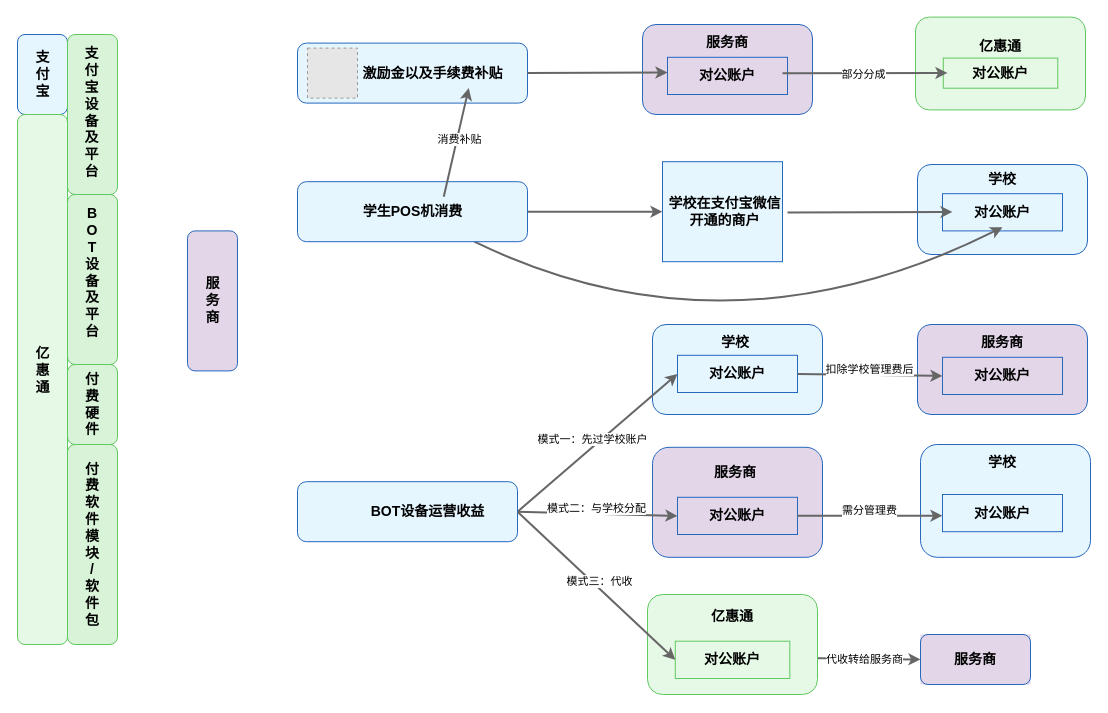
Above: page "SaaS平台资金流图" (4 of 5) of 青岛恒星最终架构图1.drawio in bzerozero7/test (draw.io), before the change. Source tidied: cells renumbered, new cells numbered last; positions are measured from the earlier drawing's top-left corner, leaving out a move shared by most shapes. Both pictures are drawn from the tidied source at 100%, with x=0, y=0 at pixel (17, 17). Pictures stored in the file or linked from it are replaced by grey dashed boxes.
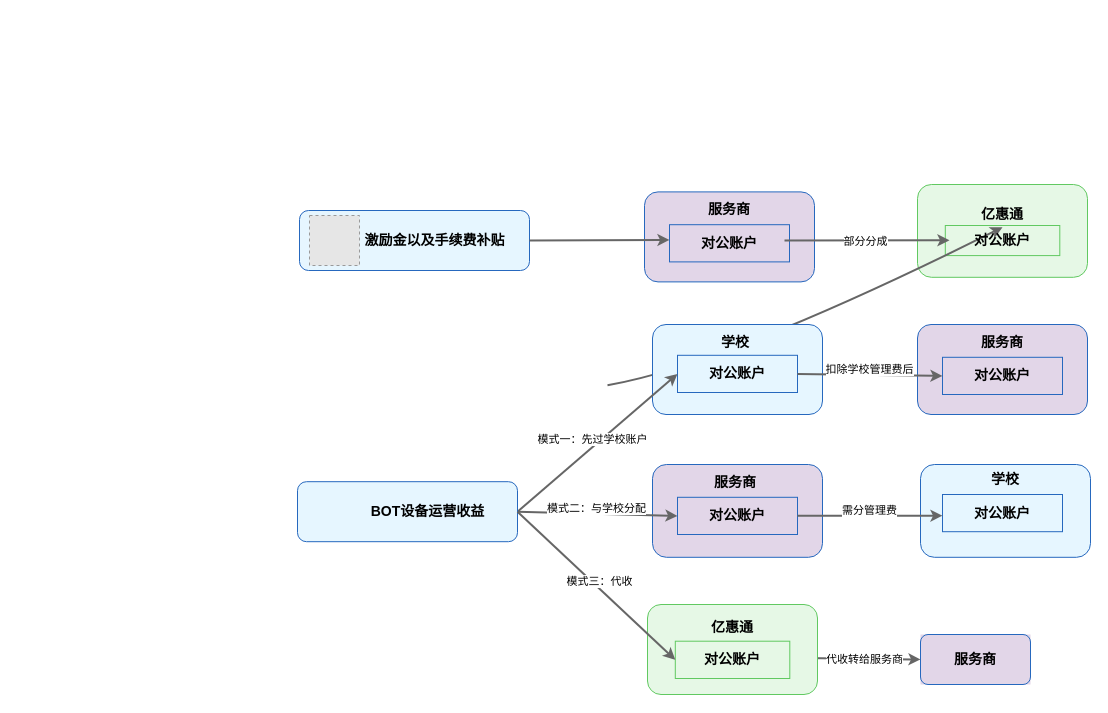
The same page after the edit.

The change refers to these unchanged cells:
```xml
<mxCell id="8" value="&lt;span style=&quot;font-size: 14px;&quot;&gt;&lt;b&gt;激励金以及手续费补贴&lt;/b&gt;&lt;/span&gt;" style="text;html=1;whiteSpace=wrap;strokeColor=none;fillColor=none;align=center;verticalAlign=middle;rounded=0;" parent="6" vertex="1">
  <mxGeometry x="112.5" y="15" width="145" height="30" as="geometry" />
</mxCell>
```

The edit, as a diff of the source:
```diff
@@
     <mxCell id="2" style="rounded=1;whiteSpace=wrap;html=1;fillColor=#E2D6E8;strokeColor=#2668BE;gradientColor=none;glass=0;" parent="1" vertex="1">
-      <mxGeometry x="635" y="429.8" width="170" height="110" as="geometry" />
+      <mxGeometry x="635" y="447" width="170" height="92.8" as="geometry" />
     </mxCell>
@@
     <mxCell id="4" style="rounded=1;whiteSpace=wrap;html=1;fillColor=#E6F8E6;gradientColor=none;strokeColor=#61C961;" parent="1" vertex="1">
-      <mxGeometry x="898" y="-0.4" width="170" height="92.8" as="geometry" />
+      <mxGeometry x="900" y="167" width="170" height="92.8" as="geometry" />
     </mxCell>
     <mxCell id="5" style="rounded=0;whiteSpace=wrap;html=1;fillColor=#E6F8E6;strokeColor=#61C961;" parent="1" vertex="1">
-      <mxGeometry x="925.8" y="40.6" width="114.5" height="30.1" as="geometry" />
+      <mxGeometry x="927.8" y="208" width="114.5" height="30.1" as="geometry" />
     </mxCell>
     <mxCell id="6" style="group;" parent="1" vertex="1">
-      <mxGeometry x="230" y="25.6" width="280" height="60" as="geometry" />
+      <mxGeometry x="232" y="193" width="280" height="60" as="geometry" />
     </mxCell>
@@
-    <mxCell id="10" style="rounded=1;whiteSpace=wrap;html=1;fillColor=#E6F6FF;strokeColor=#2668BE;gradientColor=none;glass=0;" parent="1" vertex="1">
-      <mxGeometry x="900" y="147" width="170" height="90" as="geometry" />
-    </mxCell>
-    <mxCell id="11" value="&lt;span style=&quot;font-size: 14px;&quot;&gt;&lt;b&gt;学校&lt;/b&gt;&lt;/span&gt;" style="text;html=1;whiteSpace=wrap;strokeColor=none;fillColor=none;align=center;verticalAlign=middle;rounded=0;" parent="1" vertex="1">
-      <mxGeometry x="955" y="147" width="60" height="30" as="geometry" />
-    </mxCell>
-    <mxCell id="12" style="group;" parent="1" vertex="1">
-      <mxGeometry x="925" y="176.2" width="120" height="37.2" as="geometry" />
-    </mxCell>
-    <mxCell id="13" style="rounded=0;whiteSpace=wrap;html=1;fillColor=#E6F6FF;strokeColor=#2668BE;gradientColor=none;glass=0;" parent="12" vertex="1">
-      <mxGeometry width="120" height="37.2" as="geometry" />
-    </mxCell>
-    <mxCell id="14" value="&lt;span style=&quot;font-size: 14px;&quot;&gt;&lt;b&gt;对公账户&lt;/b&gt;&lt;/span&gt;" style="text;html=1;whiteSpace=wrap;strokeColor=none;fillColor=none;align=center;verticalAlign=middle;rounded=0;" parent="12" vertex="1">
-      <mxGeometry x="30" y="3.6" width="60" height="30" as="geometry" />
-    </mxCell>
-    <mxCell id="15" style="group;" parent="1" vertex="1">
-      <mxGeometry x="650" y="144.2" width="120" height="100" as="geometry" />
-    </mxCell>
-    <mxCell id="16" style="rounded=0;whiteSpace=wrap;html=1;fillColor=#E6F6FF;strokeColor=#2668BE;gradientColor=none;glass=0;" parent="15" vertex="1">
-      <mxGeometry x="-5" width="120" height="100" as="geometry" />
-    </mxCell>
-    <mxCell id="17" value="&lt;span style=&quot;font-size: 14px;&quot;&gt;&lt;b&gt;学校在支付宝微信开通的商户&lt;/b&gt;&lt;/span&gt;" style="text;html=1;whiteSpace=wrap;strokeColor=none;fillColor=none;align=center;verticalAlign=middle;rounded=0;" parent="15" vertex="1">
-      <mxGeometry x="-5" y="20" width="125" height="60" as="geometry" />
-    </mxCell>
-    <mxCell id="18" style="&lt;mxCell id=&quot;arrow1&quot; style=&quot;endArrow=classic;html=1;curved=1;strokeColor=#666666;strokeWidth=2;&quot; edge=&quot;1&quot; parent=&quot;1&quot; source=&quot;2&quot; target=&quot;3&quot;&gt;&#10;  &lt;mxGeometry relative=&quot;1&quot; as=&quot;geometry&quot;/&gt;&#10;&lt;/mxCell&gt;;flowAnimation=0;entryX=0.5;entryY=1;entryDx=0;entryDy=0;" parent="1" edge="1" source="48" target="14">
+    <mxCell id="18" style="&lt;mxCell id=&quot;arrow1&quot; style=&quot;endArrow=classic;html=1;curved=1;strokeColor=#666666;strokeWidth=2;&quot; edge=&quot;1&quot; parent=&quot;1&quot; source=&quot;2&quot; target=&quot;3&quot;&gt;&#10;  &lt;mxGeometry relative=&quot;1&quot; as=&quot;geometry&quot;/&gt;&#10;&lt;/mxCell&gt;;flowAnimation=0;entryX=0.5;entryY=1;entryDx=0;entryDy=0;" parent="1" edge="1">
       <mxGeometry relative="1" as="geometry">
+        <mxPoint x="590" y="367.7" as="sourcePoint" />
+        <mxPoint x="985" y="209.8" as="targetPoint" />
         <Array as="points">
           <mxPoint x="710" y="347" />
         </Array>
       </mxGeometry>
     </mxCell>
-    <mxCell id="19" style="&lt;mxCell id=&quot;arrow1&quot; style=&quot;endArrow=classic;html=1;curved=0;strokeColor=#666666;strokeWidth=2;&quot; edge=&quot;1&quot; parent=&quot;1&quot; source=&quot;2&quot; target=&quot;3&quot;&gt;&#10;  &lt;mxGeometry relative=&quot;1&quot; as=&quot;geometry&quot;/&gt;&#10;&lt;/mxCell&gt;;" parent="1" edge="1" source="48" target="17">
-      <mxGeometry relative="1" as="geometry" />
-    </mxCell>
-    <mxCell id="20" style="&lt;mxCell id=&quot;arrow1&quot; style=&quot;endArrow=classic;html=1;curved=0;strokeColor=#666666;strokeWidth=2;&quot; edge=&quot;1&quot; parent=&quot;1&quot; source=&quot;2&quot; target=&quot;3&quot;&gt;&#10;  &lt;mxGeometry relative=&quot;1&quot; as=&quot;geometry&quot;/&gt;&#10;&lt;/mxCell&gt;;" parent="1" edge="1">
-      <mxGeometry relative="1" as="geometry">
-        <mxPoint x="770" y="194.9" as="sourcePoint" />
-        <mxPoint x="935" y="194.4" as="targetPoint" />
-      </mxGeometry>
-    </mxCell>
@@
     <mxCell id="35" style="rounded=1;whiteSpace=wrap;html=1;fillColor=#E6F6FF;strokeColor=#2668BE;gradientColor=none;glass=0;" parent="1" vertex="1">
-      <mxGeometry x="903" y="427" width="170" height="112.8" as="geometry" />
+      <mxGeometry x="903" y="447" width="170" height="92.8" as="geometry" />
     </mxCell>
     <mxCell id="36" value="&lt;span style=&quot;font-size: 14px;&quot;&gt;&lt;b&gt;学校&lt;/b&gt;&lt;/span&gt;" style="text;html=1;whiteSpace=wrap;strokeColor=none;fillColor=none;align=center;verticalAlign=middle;rounded=0;" parent="1" vertex="1">
-      <mxGeometry x="955" y="429.8" width="60" height="30" as="geometry" />
+      <mxGeometry x="958" y="447" width="60" height="30" as="geometry" />
     </mxCell>
@@
-    <mxCell id="42" style="group;" parent="1" vertex="1">
-      <mxGeometry x="50" y="427" width="50" height="200" as="geometry" />
-    </mxCell>
-    <mxCell id="43" style="rounded=1;whiteSpace=wrap;html=1;fillColor=#D8F3D8;strokeColor=#61C961;" parent="42" vertex="1">
-      <mxGeometry width="50" height="200" as="geometry" />
-    </mxCell>
-    <mxCell id="44" value="&lt;span style=&quot;font-size: 14px;&quot;&gt;&lt;b&gt;付&lt;/b&gt;&lt;/span&gt;&lt;div&gt;&lt;span style=&quot;font-size: 14px;&quot;&gt;&lt;b&gt;费&lt;/b&gt;&lt;/span&gt;&lt;/div&gt;&lt;div&gt;&lt;span style=&quot;font-size: 14px;&quot;&gt;&lt;b&gt;软&lt;/b&gt;&lt;/span&gt;&lt;/div&gt;&lt;div&gt;&lt;span style=&quot;font-size: 14px;&quot;&gt;&lt;b&gt;件&lt;/b&gt;&lt;/span&gt;&lt;/div&gt;&lt;div&gt;&lt;span style=&quot;font-size: 14px;&quot;&gt;&lt;b&gt;模&lt;/b&gt;&lt;/span&gt;&lt;/div&gt;&lt;div&gt;&lt;span style=&quot;font-size: 14px;&quot;&gt;&lt;b&gt;块&lt;/b&gt;&lt;/span&gt;&lt;/div&gt;&lt;div&gt;&lt;span style=&quot;font-size: 14px;&quot;&gt;&lt;b&gt;&amp;nbsp;/&amp;nbsp;&lt;/b&gt;&lt;/span&gt;&lt;/div&gt;&lt;div&gt;&lt;span style=&quot;font-size: 14px;&quot;&gt;&lt;b&gt;软&lt;/b&gt;&lt;/span&gt;&lt;/div&gt;&lt;div&gt;&lt;span style=&quot;font-size: 14px;&quot;&gt;&lt;b&gt;件&lt;/b&gt;&lt;/span&gt;&lt;/div&gt;&lt;div&gt;&lt;span style=&quot;font-size: 14px;&quot;&gt;&lt;b&gt;包&lt;/b&gt;&lt;/span&gt;&lt;/div&gt;" style="text;html=1;whiteSpace=wrap;strokeColor=none;fillColor=none;align=center;verticalAlign=middle;rounded=0;" parent="42" vertex="1">
-      <mxGeometry x="2.9" y="8.8" width="44.1" height="182.4" as="geometry" />
-    </mxCell>
-    <mxCell id="45" style="group;" parent="1" vertex="1">
-      <mxGeometry y="17" width="50" height="80" as="geometry" />
-    </mxCell>
-    <mxCell id="46" style="rounded=1;whiteSpace=wrap;html=1;fillColor=#E6F6FF;strokeColor=#2668BE;gradientColor=none;glass=0;" parent="45" vertex="1">
-      <mxGeometry width="50" height="80" as="geometry" />
-    </mxCell>
-    <mxCell id="47" value="&lt;span style=&quot;font-size: 14px;&quot;&gt;&lt;b&gt;支付宝&lt;/b&gt;&lt;/span&gt;" style="text;html=1;whiteSpace=wrap;strokeColor=none;fillColor=none;align=center;verticalAlign=middle;rounded=0;" parent="45" vertex="1">
-      <mxGeometry x="15.6" y="20" width="18.9" height="40" as="geometry" />
-    </mxCell>
-    <mxCell id="48" style="rounded=1;whiteSpace=wrap;html=1;fillColor=#E6F6FF;strokeColor=#2668BE;gradientColor=none;glass=0;" parent="1" vertex="1">
-      <mxGeometry x="280" y="164.2" width="230" height="60" as="geometry" />
-    </mxCell>
-    <mxCell id="49" value="&lt;span style=&quot;font-size: 14px;&quot;&gt;&lt;b&gt;学生POS机消费&lt;/b&gt;&lt;/span&gt;" style="text;html=1;whiteSpace=wrap;strokeColor=none;fillColor=none;align=center;verticalAlign=middle;rounded=0;" parent="1" vertex="1">
-      <mxGeometry x="332.5" y="179.2" width="125" height="30" as="geometry" />
-    </mxCell>
@@
     <mxCell id="57" value="&lt;span style=&quot;font-size: 14px;&quot;&gt;&lt;b&gt;亿惠通&lt;/b&gt;&lt;/span&gt;" style="text;html=1;whiteSpace=wrap;strokeColor=none;fillColor=none;align=center;verticalAlign=middle;rounded=0;" parent="1" vertex="1">
-      <mxGeometry x="953" y="18" width="60" height="22.6" as="geometry" />
+      <mxGeometry x="955" y="185.4" width="60" height="22.6" as="geometry" />
     </mxCell>
     <mxCell id="58" value="&lt;span style=&quot;font-size: 14px;&quot;&gt;&lt;b&gt;对公账户&lt;/b&gt;&lt;/span&gt;" style="text;html=1;whiteSpace=wrap;strokeColor=none;fillColor=none;align=center;verticalAlign=middle;rounded=0;" parent="1" vertex="1">
-      <mxGeometry x="953" y="44.3" width="60" height="22.6" as="geometry" />
+      <mxGeometry x="955" y="211.7" width="60" height="22.6" as="geometry" />
     </mxCell>
     <mxCell id="59" value="&lt;span style=&quot;font-size: 14px;&quot;&gt;&lt;b&gt;服务商&lt;/b&gt;&lt;/span&gt;" style="text;html=1;whiteSpace=wrap;strokeColor=none;fillColor=none;align=center;verticalAlign=middle;rounded=0;" parent="1" vertex="1">
-      <mxGeometry x="688" y="439.8" width="60" height="30" as="geometry" />
+      <mxGeometry x="688" y="449.8" width="60" height="30" as="geometry" />
     </mxCell>
@@
     <mxCell id="61" style="rounded=1;whiteSpace=wrap;html=1;fillColor=#E6F8E6;gradientColor=none;strokeColor=#61C961;" parent="1" vertex="1">
-      <mxGeometry x="630" y="577" width="170" height="100" as="geometry" />
+      <mxGeometry x="630" y="587" width="170" height="90" as="geometry" />
     </mxCell>
     <mxCell id="62" value="&lt;span style=&quot;font-size: 14px;&quot;&gt;&lt;b&gt;亿惠通&lt;/b&gt;&lt;/span&gt;" style="text;html=1;whiteSpace=wrap;strokeColor=none;fillColor=none;align=center;verticalAlign=middle;rounded=0;" parent="1" vertex="1">
-      <mxGeometry x="685" y="585" width="60" height="28" as="geometry" />
+      <mxGeometry x="685" y="595.7" width="60" height="28" as="geometry" />
     </mxCell>
@@
-    <mxCell id="67" style="rounded=1;whiteSpace=wrap;html=1;fillColor=#D8F3D8;strokeColor=#61C961;" parent="1" vertex="1">
-      <mxGeometry x="50" y="17" width="50" height="160" as="geometry" />
-    </mxCell>
-    <mxCell id="68" value="&lt;span style=&quot;font-size: 14px;&quot;&gt;&lt;b&gt;支&lt;/b&gt;&lt;/span&gt;&lt;div&gt;&lt;span style=&quot;font-size: 14px;&quot;&gt;&lt;b&gt;付&lt;/b&gt;&lt;/span&gt;&lt;/div&gt;&lt;div&gt;&lt;span style=&quot;font-size: 14px;&quot;&gt;&lt;b&gt;宝&lt;/b&gt;&lt;/span&gt;&lt;/div&gt;&lt;div&gt;&lt;span style=&quot;font-size: 14px;&quot;&gt;&lt;b&gt;设&lt;/b&gt;&lt;/span&gt;&lt;/div&gt;&lt;div&gt;&lt;span style=&quot;font-size: 14px;&quot;&gt;&lt;b&gt;备&lt;/b&gt;&lt;/span&gt;&lt;/div&gt;&lt;div&gt;&lt;span style=&quot;font-size: 14px;&quot;&gt;&lt;b&gt;及&lt;/b&gt;&lt;/span&gt;&lt;/div&gt;&lt;div&gt;&lt;span style=&quot;font-size: 14px;&quot;&gt;&lt;b&gt;平&lt;/b&gt;&lt;/span&gt;&lt;/div&gt;&lt;div&gt;&lt;span style=&quot;font-size: 14px;&quot;&gt;&lt;b&gt;台&lt;/b&gt;&lt;/span&gt;&lt;/div&gt;" style="text;html=1;whiteSpace=wrap;strokeColor=none;fillColor=none;align=center;verticalAlign=middle;rounded=0;" parent="1" vertex="1">
-      <mxGeometry x="62.3" y="23.4" width="25.3" height="143.6" as="geometry" />
-    </mxCell>
-    <mxCell id="69" style="rounded=1;whiteSpace=wrap;html=1;fillColor=#D8F3D8;strokeColor=#61C961;" parent="1" vertex="1">
-      <mxGeometry x="50" y="177" width="50" height="170" as="geometry" />
-    </mxCell>
-    <mxCell id="70" value="&lt;b&gt;&lt;font style=&quot;font-size: 14px;&quot;&gt;B&lt;/font&gt;&lt;/b&gt;&lt;div&gt;&lt;b&gt;&lt;font style=&quot;font-size: 14px;&quot;&gt;O&lt;/font&gt;&lt;/b&gt;&lt;/div&gt;&lt;div&gt;&lt;b&gt;&lt;font style=&quot;font-size: 14px;&quot;&gt;T&lt;/font&gt;&lt;/b&gt;&lt;/div&gt;&lt;div&gt;&lt;b&gt;&lt;font style=&quot;font-size: 14px;&quot;&gt;设&lt;/font&gt;&lt;/b&gt;&lt;/div&gt;&lt;div&gt;&lt;b&gt;&lt;font style=&quot;font-size: 14px;&quot;&gt;备&lt;/font&gt;&lt;/b&gt;&lt;/div&gt;&lt;div&gt;&lt;b&gt;&lt;font style=&quot;font-size: 14px;&quot;&gt;及&lt;/font&gt;&lt;/b&gt;&lt;/div&gt;&lt;div&gt;&lt;b&gt;&lt;font style=&quot;font-size: 14px;&quot;&gt;平&lt;/font&gt;&lt;/b&gt;&lt;/div&gt;&lt;div&gt;&lt;b&gt;&lt;font style=&quot;font-size: 14px;&quot;&gt;台&lt;/font&gt;&lt;/b&gt;&lt;/div&gt;" style="text;html=1;whiteSpace=wrap;strokeColor=none;fillColor=none;align=center;verticalAlign=middle;rounded=0;" parent="1" vertex="1">
-      <mxGeometry x="60" y="177" width="30" height="155" as="geometry" />
-    </mxCell>
-    <mxCell id="71" style="rounded=1;whiteSpace=wrap;html=1;fillColor=#D8F3D8;strokeColor=#61C961;" parent="1" vertex="1">
-      <mxGeometry x="50" y="347" width="50" height="80" as="geometry" />
-    </mxCell>
-    <mxCell id="72" value="&lt;span style=&quot;font-size: 14px;&quot;&gt;&lt;b&gt;付&lt;/b&gt;&lt;/span&gt;&lt;div&gt;&lt;span style=&quot;font-size: 14px;&quot;&gt;&lt;b&gt;费&lt;/b&gt;&lt;/span&gt;&lt;/div&gt;&lt;div&gt;&lt;span style=&quot;font-size: 14px;&quot;&gt;&lt;b&gt;硬&lt;/b&gt;&lt;/span&gt;&lt;/div&gt;&lt;div&gt;&lt;span style=&quot;font-size: 14px;&quot;&gt;&lt;b&gt;件&lt;/b&gt;&lt;/span&gt;&lt;/div&gt;" style="text;html=1;whiteSpace=wrap;strokeColor=none;fillColor=none;align=center;verticalAlign=middle;rounded=0;" parent="1" vertex="1">
-      <mxGeometry x="61.2" y="354.5" width="27.5" height="65" as="geometry" />
-    </mxCell>
-    <mxCell id="73" style="rounded=1;whiteSpace=wrap;html=1;fillColor=#E6F8E6;gradientColor=none;strokeColor=#61C961;" parent="1" vertex="1">
-      <mxGeometry y="97" width="50" height="530" as="geometry" />
-    </mxCell>
-    <mxCell id="74" value="&lt;span style=&quot;font-size: 14px;&quot;&gt;&lt;b&gt;亿&lt;/b&gt;&lt;/span&gt;&lt;div&gt;&lt;span style=&quot;font-size: 14px;&quot;&gt;&lt;b&gt;惠&lt;/b&gt;&lt;/span&gt;&lt;/div&gt;&lt;div&gt;&lt;span style=&quot;font-size: 14px;&quot;&gt;&lt;b&gt;通&lt;/b&gt;&lt;/span&gt;&lt;/div&gt;" style="text;html=1;whiteSpace=wrap;strokeColor=none;fillColor=none;align=center;verticalAlign=middle;rounded=0;" parent="1" vertex="1">
-      <mxGeometry x="7.6" y="324" width="34.9" height="57.6" as="geometry" />
-    </mxCell>
@@
-    <mxCell id="77" style="&lt;mxCell id=&quot;arrow1&quot; style=&quot;endArrow=classic;html=1;curved=0;strokeColor=#666666;strokeWidth=2;&quot; edge=&quot;1&quot; parent=&quot;1&quot; source=&quot;2&quot; target=&quot;3&quot;&gt;&#10;  &lt;mxGeometry relative=&quot;1&quot; as=&quot;geometry&quot;/&gt;&#10;&lt;/mxCell&gt;;exitX=0.75;exitY=0;exitDx=0;exitDy=0;entryX=0.75;entryY=1;entryDx=0;entryDy=0;" parent="1" edge="1" source="49" target="8">
-      <mxGeometry relative="1" as="geometry" />
-    </mxCell>
-    <mxCell id="78" value="消费补贴" style="edgeLabel;html=1;align=center;verticalAlign=middle;" parent="77" vertex="1">
-      <mxGeometry x="0.08" y="-2" relative="1" as="geometry" />
-    </mxCell>
-    <mxCell id="79" style="group;" parent="1" vertex="1">
-      <mxGeometry x="170" y="213.4" width="50" height="140" as="geometry" />
-    </mxCell>
-    <mxCell id="80" style="rounded=1;whiteSpace=wrap;html=1;fillColor=#E2D6E8;strokeColor=#2668BE;gradientColor=none;glass=0;" parent="79" vertex="1">
-      <mxGeometry width="50" height="140" as="geometry" />
-    </mxCell>
-    <mxCell id="81" value="&lt;span style=&quot;font-size: 14px;&quot;&gt;&lt;b&gt;服&lt;/b&gt;&lt;/span&gt;&lt;div&gt;&lt;span style=&quot;font-size: 14px;&quot;&gt;&lt;b&gt;务&lt;/b&gt;&lt;/span&gt;&lt;/div&gt;&lt;div&gt;&lt;span style=&quot;font-size: 14px;&quot;&gt;&lt;b&gt;商&lt;/b&gt;&lt;/span&gt;&lt;/div&gt;" style="text;html=1;whiteSpace=wrap;strokeColor=none;fillColor=none;align=center;verticalAlign=middle;rounded=0;" parent="79" vertex="1">
-      <mxGeometry x="7.5" y="40" width="35" height="60.1" as="geometry" />
-    </mxCell>
     <mxCell id="82" style="rounded=1;whiteSpace=wrap;html=1;fillColor=#E2D6E8;strokeColor=#2668BE;gradientColor=none;glass=0;" parent="1" vertex="1">
-      <mxGeometry x="625" y="7" width="170" height="90" as="geometry" />
+      <mxGeometry x="627" y="174.4" width="170" height="90" as="geometry" />
     </mxCell>
     <mxCell id="83" value="&lt;span style=&quot;font-size: 14px;&quot;&gt;&lt;b&gt;服务商&lt;/b&gt;&lt;/span&gt;" style="text;html=1;whiteSpace=wrap;strokeColor=none;fillColor=none;align=center;verticalAlign=middle;rounded=0;" parent="1" vertex="1">
-      <mxGeometry x="680" y="9.8" width="60" height="30" as="geometry" />
+      <mxGeometry x="682" y="177.2" width="60" height="30" as="geometry" />
     </mxCell>
     <mxCell id="84" style="rounded=0;whiteSpace=wrap;html=1;fillColor=#E2D6E8;strokeColor=#2668BE;gradientColor=none;glass=0;" parent="1" vertex="1">
-      <mxGeometry x="650" y="39.8" width="120" height="37.2" as="geometry" />
+      <mxGeometry x="652" y="207.2" width="120" height="37.2" as="geometry" />
     </mxCell>
     <mxCell id="85" value="&lt;span style=&quot;font-size: 14px;&quot;&gt;&lt;b&gt;对公账户&lt;/b&gt;&lt;/span&gt;" style="text;html=1;whiteSpace=wrap;strokeColor=none;fillColor=none;align=center;verticalAlign=middle;rounded=0;" parent="1" vertex="1">
-      <mxGeometry x="680" y="43.4" width="60" height="30" as="geometry" />
+      <mxGeometry x="682" y="210.8" width="60" height="30" as="geometry" />
     </mxCell>
     <mxCell id="86" style="&lt;mxCell id=&quot;arrow1&quot; style=&quot;endArrow=classic;html=1;curved=0;strokeColor=#666666;strokeWidth=2;&quot; edge=&quot;1&quot; parent=&quot;1&quot; source=&quot;2&quot; target=&quot;3&quot;&gt;&#10;  &lt;mxGeometry relative=&quot;1&quot; as=&quot;geometry&quot;/&gt;&#10;&lt;/mxCell&gt;;" parent="1" edge="1">
       <mxGeometry relative="1" as="geometry">
-        <mxPoint x="510" y="55.6" as="sourcePoint" />
-        <mxPoint x="650" y="55" as="targetPoint" />
+        <mxPoint x="512" y="223" as="sourcePoint" />
+        <mxPoint x="652" y="222.4" as="targetPoint" />
       </mxGeometry>
     </mxCell>
     <mxCell id="87" style="&lt;mxCell id=&quot;arrow1&quot; style=&quot;endArrow=classic;html=1;curved=0;strokeColor=#666666;strokeWidth=2;&quot; edge=&quot;1&quot; parent=&quot;1&quot; source=&quot;2&quot; target=&quot;3&quot;&gt;&#10;  &lt;mxGeometry relative=&quot;1&quot; as=&quot;geometry&quot;/&gt;&#10;&lt;/mxCell&gt;;" parent="1" edge="1">
       <mxGeometry relative="1" as="geometry">
-        <mxPoint x="765" y="55.8" as="sourcePoint" />
-        <mxPoint x="930" y="55.4" as="targetPoint" />
+        <mxPoint x="767" y="223.1" as="sourcePoint" />
+        <mxPoint x="932" y="222.8" as="targetPoint" />
       </mxGeometry>
     </mxCell>
```
